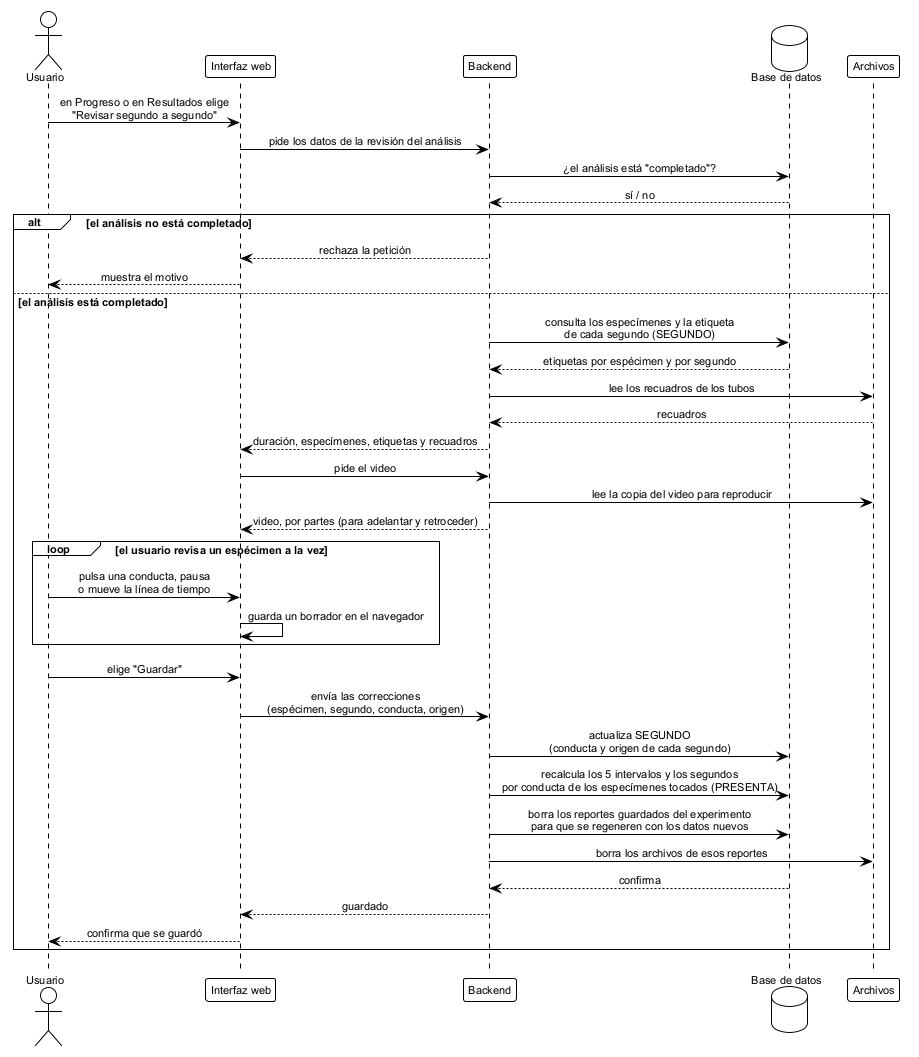
ErickJester/fst-ai-system-latex keeps this PlantUML diagram as figures/mermaid/seq_revision_segundos.png. Above is the earlier version.
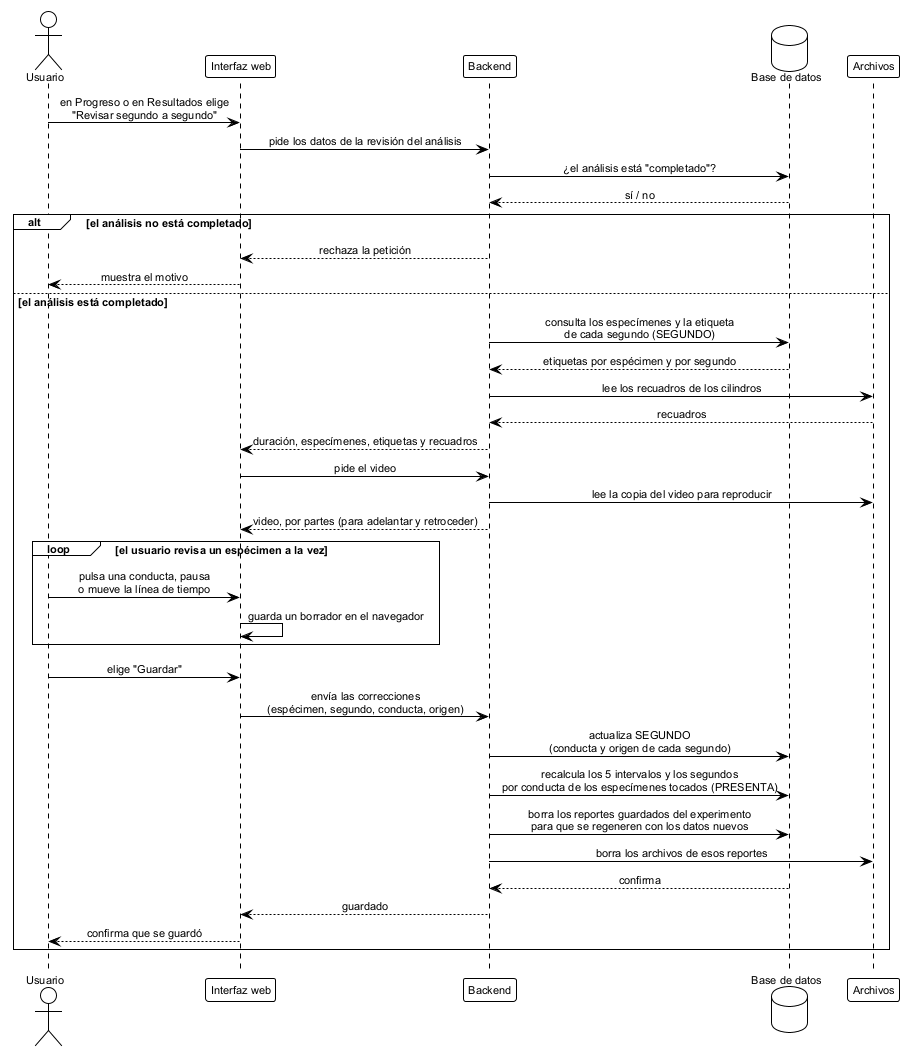
Above is the later version.

Diff of the diagram source:
```diff
@@ -24,7 +24,7 @@
 else el análisis está completado
   api -> db: consulta los especímenes y la etiqueta\nde cada segundo (SEGUNDO)
   db --> api: etiquetas por espécimen y por segundo
-  api -> fs: lee los recuadros de los tubos
+  api -> fs: lee los recuadros de los cilindros
   fs --> api: recuadros
   api --> ui: duración, especímenes, etiquetas y recuadros
   ui -> api: pide el video
```
